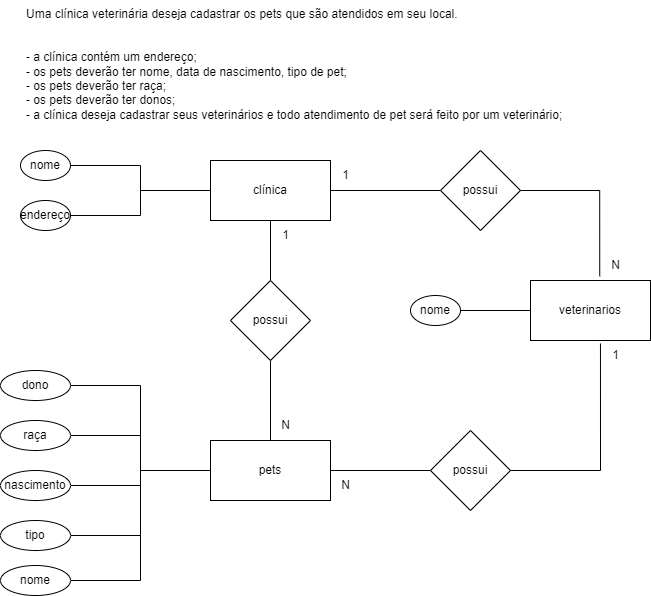
Before: senai_sprint1_bd/exercicios/1.3-exercicio-pclinics/exec1.3.drawio.png, a diagram exported from draw.io (Guidcampos/SENAI-2SEMESTRE). Source tidied: cells renumbered, new cells last; positions are measured from the earlier drawing's top-left corner, leaving out a move shared by most shapes. Its diagram source:
```xml
<mxGraphModel>
  <root>
    <mxCell id="0" />
    <mxCell id="1" parent="0" />
    <mxCell id="2" value="Uma clínica veterinária deseja cadastrar os pets que são atendidos em seu local.&#10;&#10;&#10;- a clínica contém um endereço;&#10;- os pets deverão ter nome, data de nascimento, tipo de pet;&#10;- os pets deverão ter raça;&#10;- os pets deverão ter donos;&#10;- a clínica deseja cadastrar seus veterinários e todo atendimento de pet será feito por um veterinário;" style="text;whiteSpace=wrap;" parent="1" vertex="1">
      <mxGeometry x="24" width="560" height="150" as="geometry" />
    </mxCell>
    <mxCell id="3" style="edgeStyle=orthogonalEdgeStyle;rounded=0;jettySize=auto;html=1;entryX=0.5;entryY=0;entryDx=0;entryDy=0;endArrow=none;endFill=0;" parent="1" edge="1" source="6" target="21">
      <mxGeometry relative="1" as="geometry" />
    </mxCell>
    <mxCell id="4" style="edgeStyle=orthogonalEdgeStyle;rounded=0;jettySize=auto;html=1;entryX=1;entryY=0.5;entryDx=0;entryDy=0;endArrow=none;endFill=0;" parent="1" edge="1" source="6" target="14">
      <mxGeometry relative="1" as="geometry" />
    </mxCell>
    <mxCell id="5" style="edgeStyle=orthogonalEdgeStyle;rounded=0;jettySize=auto;html=1;entryX=1;entryY=0.5;entryDx=0;entryDy=0;endArrow=none;endFill=0;" parent="1" edge="1" source="6" target="15">
      <mxGeometry relative="1" as="geometry" />
    </mxCell>
    <mxCell id="6" value="clínica" style="rounded=0;whiteSpace=wrap;html=1;" parent="1" vertex="1">
      <mxGeometry x="210" y="160" width="120" height="60" as="geometry" />
    </mxCell>
    <mxCell id="7" style="edgeStyle=orthogonalEdgeStyle;rounded=0;jettySize=auto;html=1;entryX=1;entryY=0.5;entryDx=0;entryDy=0;endArrow=none;endFill=0;" parent="1" edge="1" source="12" target="16">
      <mxGeometry relative="1" as="geometry" />
    </mxCell>
    <mxCell id="8" style="edgeStyle=orthogonalEdgeStyle;rounded=0;jettySize=auto;html=1;entryX=1;entryY=0.5;entryDx=0;entryDy=0;endArrow=none;endFill=0;" parent="1" edge="1" source="12" target="17">
      <mxGeometry relative="1" as="geometry" />
    </mxCell>
    <mxCell id="9" style="edgeStyle=orthogonalEdgeStyle;rounded=0;jettySize=auto;html=1;entryX=1;entryY=0.5;entryDx=0;entryDy=0;endArrow=none;endFill=0;" parent="1" edge="1" source="12" target="18">
      <mxGeometry relative="1" as="geometry" />
    </mxCell>
    <mxCell id="10" style="edgeStyle=orthogonalEdgeStyle;rounded=0;jettySize=auto;html=1;entryX=1;entryY=0.5;entryDx=0;entryDy=0;endArrow=none;endFill=0;" parent="1" edge="1" source="12" target="19">
      <mxGeometry relative="1" as="geometry" />
    </mxCell>
    <mxCell id="11" style="edgeStyle=orthogonalEdgeStyle;rounded=0;jettySize=auto;html=1;entryX=1;entryY=0.5;entryDx=0;entryDy=0;endArrow=none;endFill=0;" parent="1" edge="1" source="12" target="30">
      <mxGeometry relative="1" as="geometry" />
    </mxCell>
    <mxCell id="12" value="pets" style="rounded=0;whiteSpace=wrap;html=1;" parent="1" vertex="1">
      <mxGeometry x="210" y="440" width="120" height="60" as="geometry" />
    </mxCell>
    <mxCell id="13" value="veterinarios" style="rounded=0;whiteSpace=wrap;html=1;" parent="1" vertex="1">
      <mxGeometry x="530" y="280" width="120" height="60" as="geometry" />
    </mxCell>
    <mxCell id="14" value="nome" style="ellipse;whiteSpace=wrap;html=1;" parent="1" vertex="1">
      <mxGeometry x="20" y="150" width="50" height="30" as="geometry" />
    </mxCell>
    <mxCell id="15" value="endereço" style="ellipse;whiteSpace=wrap;html=1;" parent="1" vertex="1">
      <mxGeometry x="20" y="200" width="50" height="30" as="geometry" />
    </mxCell>
    <mxCell id="16" value="dono" style="ellipse;whiteSpace=wrap;html=1;" parent="1" vertex="1">
      <mxGeometry y="370" width="70" height="30" as="geometry" />
    </mxCell>
    <mxCell id="17" value="raça" style="ellipse;whiteSpace=wrap;html=1;" parent="1" vertex="1">
      <mxGeometry y="420" width="70" height="30" as="geometry" />
    </mxCell>
    <mxCell id="18" value="nascimento" style="ellipse;whiteSpace=wrap;html=1;" parent="1" vertex="1">
      <mxGeometry y="470" width="70" height="30" as="geometry" />
    </mxCell>
    <mxCell id="19" value="tipo" style="ellipse;whiteSpace=wrap;html=1;" parent="1" vertex="1">
      <mxGeometry y="520" width="70" height="30" as="geometry" />
    </mxCell>
    <mxCell id="20" style="edgeStyle=orthogonalEdgeStyle;rounded=0;jettySize=auto;html=1;entryX=0.5;entryY=0;entryDx=0;entryDy=0;endArrow=none;endFill=0;" parent="1" edge="1" source="21" target="12">
      <mxGeometry relative="1" as="geometry" />
    </mxCell>
    <mxCell id="21" value="possui" style="rhombus;whiteSpace=wrap;html=1;" parent="1" vertex="1">
      <mxGeometry x="230" y="280" width="80" height="80" as="geometry" />
    </mxCell>
    <mxCell id="22" style="edgeStyle=orthogonalEdgeStyle;rounded=0;jettySize=auto;html=1;entryX=1;entryY=0.5;entryDx=0;entryDy=0;endArrow=none;endFill=0;" parent="1" edge="1" source="24" target="6">
      <mxGeometry relative="1" as="geometry" />
    </mxCell>
    <mxCell id="23" style="edgeStyle=orthogonalEdgeStyle;rounded=0;jettySize=auto;html=1;entryX=0.577;entryY=-0.07;entryDx=0;entryDy=0;entryPerimeter=0;endArrow=none;endFill=0;" parent="1" edge="1" source="24" target="13">
      <mxGeometry relative="1" as="geometry" />
    </mxCell>
    <mxCell id="24" value="possui" style="rhombus;whiteSpace=wrap;html=1;" parent="1" vertex="1">
      <mxGeometry x="440" y="150" width="80" height="80" as="geometry" />
    </mxCell>
    <mxCell id="25" style="edgeStyle=orthogonalEdgeStyle;rounded=0;jettySize=auto;html=1;entryX=0.583;entryY=1.05;entryDx=0;entryDy=0;entryPerimeter=0;endArrow=none;endFill=0;" parent="1" edge="1" source="27" target="13">
      <mxGeometry relative="1" as="geometry" />
    </mxCell>
    <mxCell id="26" style="edgeStyle=orthogonalEdgeStyle;rounded=0;jettySize=auto;html=1;entryX=1;entryY=0.5;entryDx=0;entryDy=0;endArrow=none;endFill=0;" parent="1" edge="1" source="27" target="12">
      <mxGeometry relative="1" as="geometry" />
    </mxCell>
    <mxCell id="27" value="possui" style="rhombus;whiteSpace=wrap;html=1;" parent="1" vertex="1">
      <mxGeometry x="430" y="430" width="80" height="80" as="geometry" />
    </mxCell>
    <mxCell id="28" style="edgeStyle=orthogonalEdgeStyle;rounded=0;jettySize=auto;html=1;entryX=0;entryY=0.5;entryDx=0;entryDy=0;endArrow=none;endFill=0;" parent="1" edge="1" source="29" target="13">
      <mxGeometry relative="1" as="geometry" />
    </mxCell>
    <mxCell id="29" value="nome" style="ellipse;whiteSpace=wrap;html=1;" parent="1" vertex="1">
      <mxGeometry x="410" y="295" width="50" height="30" as="geometry" />
    </mxCell>
    <mxCell id="30" value="nome" style="ellipse;whiteSpace=wrap;html=1;" parent="1" vertex="1">
      <mxGeometry y="565" width="70" height="30" as="geometry" />
    </mxCell>
    <mxCell id="31" value="N" style="text;html=1;align=center;verticalAlign=middle;strokeColor=none;fillColor=none;" parent="1" vertex="1">
      <mxGeometry x="270" y="410" width="30" height="30" as="geometry" />
    </mxCell>
    <mxCell id="32" value="1" style="text;html=1;align=center;verticalAlign=middle;strokeColor=none;fillColor=none;" parent="1" vertex="1">
      <mxGeometry x="270" y="220" width="30" height="30" as="geometry" />
    </mxCell>
    <mxCell id="33" value="N" style="text;html=1;align=center;verticalAlign=middle;strokeColor=none;fillColor=none;" parent="1" vertex="1">
      <mxGeometry x="600" y="250" width="30" height="30" as="geometry" />
    </mxCell>
    <mxCell id="34" value="1" style="text;html=1;align=center;verticalAlign=middle;strokeColor=none;fillColor=none;" parent="1" vertex="1">
      <mxGeometry x="330" y="160" width="30" height="30" as="geometry" />
    </mxCell>
    <mxCell id="35" value="1" style="text;html=1;align=center;verticalAlign=middle;strokeColor=none;fillColor=none;" parent="1" vertex="1">
      <mxGeometry x="600" y="340" width="30" height="30" as="geometry" />
    </mxCell>
    <mxCell id="36" value="N" style="text;html=1;align=center;verticalAlign=middle;strokeColor=none;fillColor=none;" parent="1" vertex="1">
      <mxGeometry x="330" y="470" width="30" height="30" as="geometry" />
    </mxCell>
  </root>
</mxGraphModel>
```
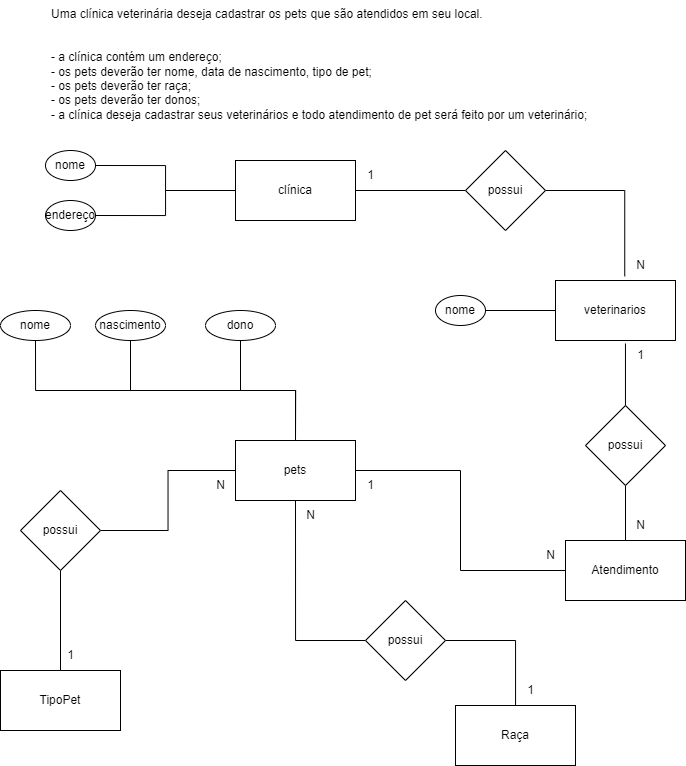
After the commit.

What changed in the source:
```diff
@@ -5,9 +5,6 @@
     <mxCell id="2" value="Uma clínica veterinária deseja cadastrar os pets que são atendidos em seu local.&#10;&#10;&#10;- a clínica contém um endereço;&#10;- os pets deverão ter nome, data de nascimento, tipo de pet;&#10;- os pets deverão ter raça;&#10;- os pets deverão ter donos;&#10;- a clínica deseja cadastrar seus veterinários e todo atendimento de pet será feito por um veterinário;" style="text;whiteSpace=wrap;" parent="1" vertex="1">
       <mxGeometry x="24" width="560" height="150" as="geometry" />
     </mxCell>
-    <mxCell id="3" style="edgeStyle=orthogonalEdgeStyle;rounded=0;jettySize=auto;html=1;entryX=0.5;entryY=0;entryDx=0;entryDy=0;endArrow=none;endFill=0;" parent="1" edge="1" source="6" target="21">
-      <mxGeometry relative="1" as="geometry" />
-    </mxCell>
     <mxCell id="4" style="edgeStyle=orthogonalEdgeStyle;rounded=0;jettySize=auto;html=1;entryX=1;entryY=0.5;entryDx=0;entryDy=0;endArrow=none;endFill=0;" parent="1" edge="1" source="6" target="14">
       <mxGeometry relative="1" as="geometry" />
     </mxCell>
@@ -17,20 +14,13 @@
     <mxCell id="6" value="clínica" style="rounded=0;whiteSpace=wrap;html=1;" parent="1" vertex="1">
       <mxGeometry x="210" y="160" width="120" height="60" as="geometry" />
     </mxCell>
-    <mxCell id="7" style="edgeStyle=orthogonalEdgeStyle;rounded=0;jettySize=auto;html=1;entryX=1;entryY=0.5;entryDx=0;entryDy=0;endArrow=none;endFill=0;" parent="1" edge="1" source="12" target="16">
-      <mxGeometry relative="1" as="geometry" />
-    </mxCell>
-    <mxCell id="8" style="edgeStyle=orthogonalEdgeStyle;rounded=0;jettySize=auto;html=1;entryX=1;entryY=0.5;entryDx=0;entryDy=0;endArrow=none;endFill=0;" parent="1" edge="1" source="12" target="17">
-      <mxGeometry relative="1" as="geometry" />
-    </mxCell>
-    <mxCell id="9" style="edgeStyle=orthogonalEdgeStyle;rounded=0;jettySize=auto;html=1;entryX=1;entryY=0.5;entryDx=0;entryDy=0;endArrow=none;endFill=0;" parent="1" edge="1" source="12" target="18">
-      <mxGeometry relative="1" as="geometry" />
-    </mxCell>
-    <mxCell id="10" style="edgeStyle=orthogonalEdgeStyle;rounded=0;jettySize=auto;html=1;entryX=1;entryY=0.5;entryDx=0;entryDy=0;endArrow=none;endFill=0;" parent="1" edge="1" source="12" target="19">
-      <mxGeometry relative="1" as="geometry" />
-    </mxCell>
-    <mxCell id="11" style="edgeStyle=orthogonalEdgeStyle;rounded=0;jettySize=auto;html=1;entryX=1;entryY=0.5;entryDx=0;entryDy=0;endArrow=none;endFill=0;" parent="1" edge="1" source="12" target="30">
-      <mxGeometry relative="1" as="geometry" />
+    <mxCell id="11" style="edgeStyle=orthogonalEdgeStyle;rounded=0;jettySize=auto;html=1;entryX=0.5;entryY=1;entryDx=0;entryDy=0;endArrow=none;endFill=0;exitX=0.5;exitY=0;exitDx=0;exitDy=0;" parent="1" edge="1" source="12" target="30">
+      <mxGeometry relative="1" as="geometry">
+        <Array as="points">
+          <mxPoint x="270" y="390" />
+          <mxPoint x="10" y="390" />
+        </Array>
+      </mxGeometry>
     </mxCell>
     <mxCell id="12" value="pets" style="rounded=0;whiteSpace=wrap;html=1;" parent="1" vertex="1">
       <mxGeometry x="210" y="440" width="120" height="60" as="geometry" />
@@ -44,24 +34,23 @@
     <mxCell id="15" value="endereço" style="ellipse;whiteSpace=wrap;html=1;" parent="1" vertex="1">
       <mxGeometry x="20" y="200" width="50" height="30" as="geometry" />
     </mxCell>
+    <mxCell id="37" style="edgeStyle=orthogonalEdgeStyle;rounded=0;jettySize=auto;html=1;entryX=0.5;entryY=0;entryDx=0;entryDy=0;endArrow=none;endFill=0;" parent="1" edge="1" source="16" target="12">
+      <mxGeometry relative="1" as="geometry" />
+    </mxCell>
     <mxCell id="16" value="dono" style="ellipse;whiteSpace=wrap;html=1;" parent="1" vertex="1">
-      <mxGeometry y="370" width="70" height="30" as="geometry" />
+      <mxGeometry x="180" y="310" width="70" height="30" as="geometry" />
     </mxCell>
-    <mxCell id="17" value="raça" style="ellipse;whiteSpace=wrap;html=1;" parent="1" vertex="1">
-      <mxGeometry y="420" width="70" height="30" as="geometry" />
-    </mxCell>
+    <mxCell id="38" style="edgeStyle=orthogonalEdgeStyle;rounded=0;jettySize=auto;html=1;entryX=0.5;entryY=0;entryDx=0;entryDy=0;endArrow=none;endFill=0;" parent="1" edge="1" source="18" target="12">
+      <mxGeometry relative="1" as="geometry">
+        <Array as="points">
+          <mxPoint x="105" y="390" />
+          <mxPoint x="270" y="390" />
+        </Array>
+      </mxGeometry>
+    </mxCell>
     <mxCell id="18" value="nascimento" style="ellipse;whiteSpace=wrap;html=1;" parent="1" vertex="1">
-      <mxGeometry y="470" width="70" height="30" as="geometry" />
+      <mxGeometry x="70" y="310" width="70" height="30" as="geometry" />
     </mxCell>
-    <mxCell id="19" value="tipo" style="ellipse;whiteSpace=wrap;html=1;" parent="1" vertex="1">
-      <mxGeometry y="520" width="70" height="30" as="geometry" />
-    </mxCell>
-    <mxCell id="20" style="edgeStyle=orthogonalEdgeStyle;rounded=0;jettySize=auto;html=1;entryX=0.5;entryY=0;entryDx=0;entryDy=0;endArrow=none;endFill=0;" parent="1" edge="1" source="21" target="12">
-      <mxGeometry relative="1" as="geometry" />
-    </mxCell>
-    <mxCell id="21" value="possui" style="rhombus;whiteSpace=wrap;html=1;" parent="1" vertex="1">
-      <mxGeometry x="230" y="280" width="80" height="80" as="geometry" />
-    </mxCell>
     <mxCell id="22" style="edgeStyle=orthogonalEdgeStyle;rounded=0;jettySize=auto;html=1;entryX=1;entryY=0.5;entryDx=0;entryDy=0;endArrow=none;endFill=0;" parent="1" edge="1" source="24" target="6">
       <mxGeometry relative="1" as="geometry" />
     </mxCell>
@@ -74,11 +63,11 @@
     <mxCell id="25" style="edgeStyle=orthogonalEdgeStyle;rounded=0;jettySize=auto;html=1;entryX=0.583;entryY=1.05;entryDx=0;entryDy=0;entryPerimeter=0;endArrow=none;endFill=0;" parent="1" edge="1" source="27" target="13">
       <mxGeometry relative="1" as="geometry" />
     </mxCell>
-    <mxCell id="26" style="edgeStyle=orthogonalEdgeStyle;rounded=0;jettySize=auto;html=1;entryX=1;entryY=0.5;entryDx=0;entryDy=0;endArrow=none;endFill=0;" parent="1" edge="1" source="27" target="12">
-      <mxGeometry relative="1" as="geometry" />
-    </mxCell>
+    <mxCell id="39" style="edgeStyle=orthogonalEdgeStyle;rounded=0;jettySize=auto;html=1;entryX=0.5;entryY=0;entryDx=0;entryDy=0;endArrow=none;endFill=0;" parent="1" edge="1" source="27" target="48">
+      <mxGeometry relative="1" as="geometry" />
+    </mxCell>
     <mxCell id="27" value="possui" style="rhombus;whiteSpace=wrap;html=1;" parent="1" vertex="1">
-      <mxGeometry x="430" y="430" width="80" height="80" as="geometry" />
+      <mxGeometry x="560" y="405" width="80" height="80" as="geometry" />
     </mxCell>
     <mxCell id="28" style="edgeStyle=orthogonalEdgeStyle;rounded=0;jettySize=auto;html=1;entryX=0;entryY=0.5;entryDx=0;entryDy=0;endArrow=none;endFill=0;" parent="1" edge="1" source="29" target="13">
       <mxGeometry relative="1" as="geometry" />
@@ -87,14 +76,8 @@
       <mxGeometry x="410" y="295" width="50" height="30" as="geometry" />
     </mxCell>
     <mxCell id="30" value="nome" style="ellipse;whiteSpace=wrap;html=1;" parent="1" vertex="1">
-      <mxGeometry y="565" width="70" height="30" as="geometry" />
+      <mxGeometry x="-25" y="310" width="70" height="30" as="geometry" />
     </mxCell>
-    <mxCell id="31" value="N" style="text;html=1;align=center;verticalAlign=middle;strokeColor=none;fillColor=none;" parent="1" vertex="1">
-      <mxGeometry x="270" y="410" width="30" height="30" as="geometry" />
-    </mxCell>
-    <mxCell id="32" value="1" style="text;html=1;align=center;verticalAlign=middle;strokeColor=none;fillColor=none;" parent="1" vertex="1">
-      <mxGeometry x="270" y="220" width="30" height="30" as="geometry" />
-    </mxCell>
     <mxCell id="33" value="N" style="text;html=1;align=center;verticalAlign=middle;strokeColor=none;fillColor=none;" parent="1" vertex="1">
       <mxGeometry x="600" y="250" width="30" height="30" as="geometry" />
     </mxCell>
@@ -104,8 +87,56 @@
     <mxCell id="35" value="1" style="text;html=1;align=center;verticalAlign=middle;strokeColor=none;fillColor=none;" parent="1" vertex="1">
       <mxGeometry x="600" y="340" width="30" height="30" as="geometry" />
     </mxCell>
-    <mxCell id="36" value="N" style="text;html=1;align=center;verticalAlign=middle;strokeColor=none;fillColor=none;" parent="1" vertex="1">
+    <mxCell id="36" value="1" style="text;html=1;align=center;verticalAlign=middle;strokeColor=none;fillColor=none;" parent="1" vertex="1">
       <mxGeometry x="330" y="470" width="30" height="30" as="geometry" />
     </mxCell>
+    <mxCell id="40" value="TipoPet" style="rounded=0;whiteSpace=wrap;html=1;" parent="1" vertex="1">
+      <mxGeometry x="-25" y="670" width="120" height="60" as="geometry" />
+    </mxCell>
+    <mxCell id="41" value="Raça" style="rounded=0;whiteSpace=wrap;html=1;" parent="1" vertex="1">
+      <mxGeometry x="430" y="705" width="120" height="60" as="geometry" />
+    </mxCell>
+    <mxCell id="42" style="edgeStyle=orthogonalEdgeStyle;rounded=0;jettySize=auto;html=1;endArrow=none;endFill=0;entryX=0.5;entryY=0;entryDx=0;entryDy=0;" parent="1" edge="1" source="44" target="40">
+      <mxGeometry relative="1" as="geometry" />
+    </mxCell>
+    <mxCell id="43" style="edgeStyle=orthogonalEdgeStyle;rounded=0;jettySize=auto;html=1;entryX=0;entryY=0.5;entryDx=0;entryDy=0;endArrow=none;endFill=0;" parent="1" edge="1" source="44" target="12">
+      <mxGeometry relative="1" as="geometry" />
+    </mxCell>
+    <mxCell id="44" value="possui" style="rhombus;whiteSpace=wrap;html=1;" parent="1" vertex="1">
+      <mxGeometry x="-5" y="490" width="80" height="80" as="geometry" />
+    </mxCell>
+    <mxCell id="45" value="N" style="text;html=1;align=center;verticalAlign=middle;strokeColor=none;fillColor=none;" parent="1" vertex="1">
+      <mxGeometry x="270" y="500" width="30" height="30" as="geometry" />
+    </mxCell>
+    <mxCell id="46" value="N" style="text;html=1;align=center;verticalAlign=middle;strokeColor=none;fillColor=none;" parent="1" vertex="1">
+      <mxGeometry x="180" y="470" width="30" height="30" as="geometry" />
+    </mxCell>
+    <mxCell id="47" style="edgeStyle=orthogonalEdgeStyle;rounded=0;jettySize=auto;html=1;entryX=1;entryY=0.5;entryDx=0;entryDy=0;endArrow=none;endFill=0;" parent="1" edge="1" source="48" target="12">
+      <mxGeometry relative="1" as="geometry" />
+    </mxCell>
+    <mxCell id="48" value="Atendimento" style="rounded=0;whiteSpace=wrap;html=1;" parent="1" vertex="1">
+      <mxGeometry x="540" y="540" width="120" height="60" as="geometry" />
+    </mxCell>
+    <mxCell id="49" value="N" style="text;html=1;align=center;verticalAlign=middle;strokeColor=none;fillColor=none;" parent="1" vertex="1">
+      <mxGeometry x="600" y="510" width="30" height="30" as="geometry" />
+    </mxCell>
+    <mxCell id="50" style="edgeStyle=orthogonalEdgeStyle;rounded=0;jettySize=auto;html=1;entryX=0.5;entryY=1;entryDx=0;entryDy=0;endArrow=none;endFill=0;" parent="1" edge="1" source="52" target="12">
+      <mxGeometry relative="1" as="geometry" />
+    </mxCell>
+    <mxCell id="51" style="edgeStyle=orthogonalEdgeStyle;rounded=0;jettySize=auto;html=1;endArrow=none;endFill=0;" parent="1" edge="1" source="52" target="41">
+      <mxGeometry relative="1" as="geometry" />
+    </mxCell>
+    <mxCell id="52" value="possui" style="rhombus;whiteSpace=wrap;html=1;" parent="1" vertex="1">
+      <mxGeometry x="340" y="600" width="80" height="80" as="geometry" />
+    </mxCell>
+    <mxCell id="53" value="N" style="text;html=1;align=center;verticalAlign=middle;strokeColor=none;fillColor=none;" parent="1" vertex="1">
+      <mxGeometry x="510" y="540" width="30" height="30" as="geometry" />
+    </mxCell>
+    <mxCell id="54" value="1" style="text;html=1;align=center;verticalAlign=middle;strokeColor=none;fillColor=none;" parent="1" vertex="1">
+      <mxGeometry x="30" y="640" width="30" height="30" as="geometry" />
+    </mxCell>
+    <mxCell id="55" value="1" style="text;html=1;align=center;verticalAlign=middle;strokeColor=none;fillColor=none;" parent="1" vertex="1">
+      <mxGeometry x="490" y="675" width="30" height="30" as="geometry" />
+    </mxCell>
   </root>
 </mxGraphModel>
```
